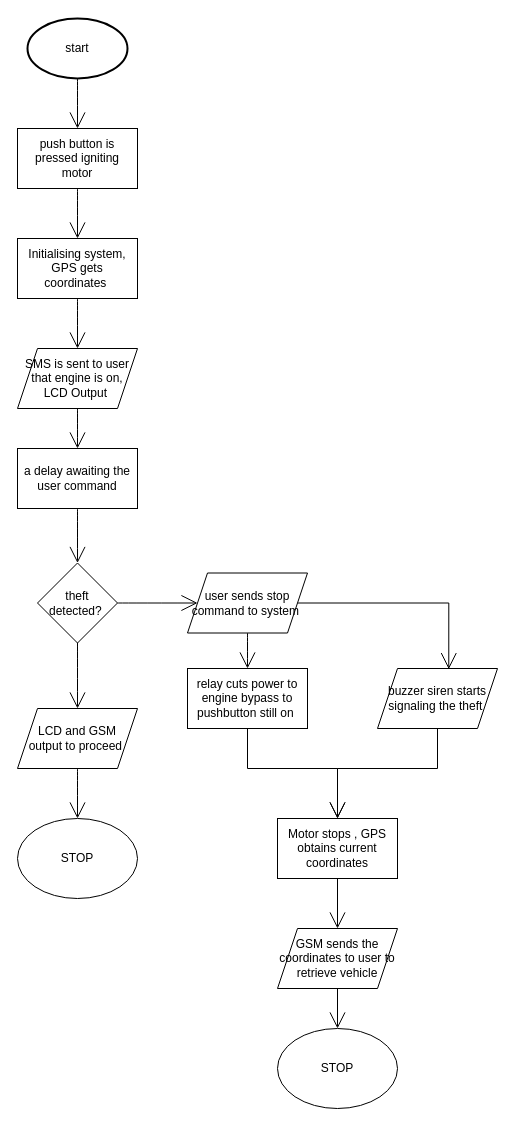
Earlier version of the draw.io diagram trackerproject.drawio (periskaranga/periskaranga.github.io). Source tidied: cells renumbered, new cells numbered last; positions are measured from the earlier drawing's top-left corner, leaving out a move shared by most shapes. Both pictures are drawn from the tidied source at 100%, with x=0, y=0 at pixel (17, 18).
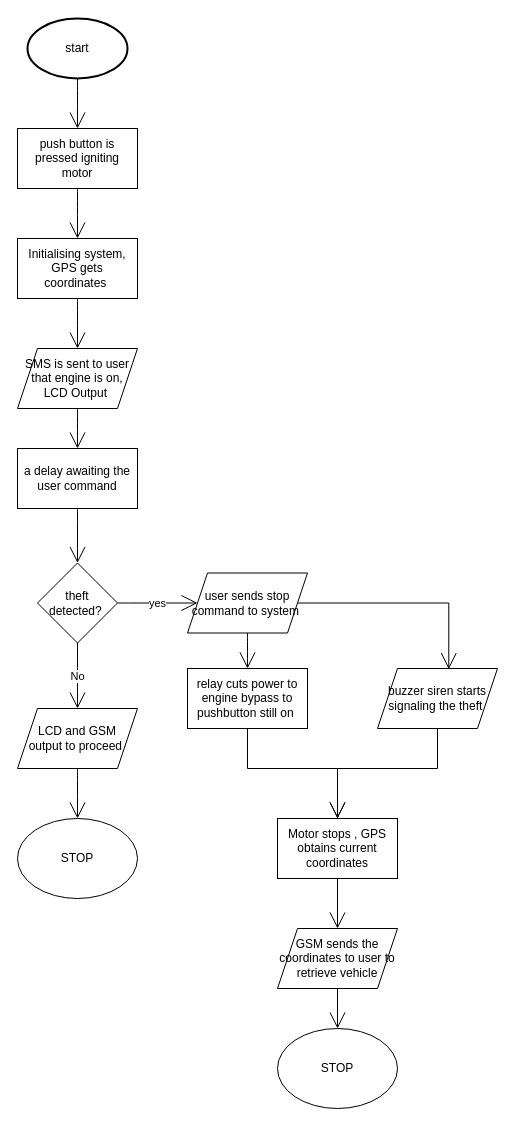
Above is the later version.

The change refers to these unchanged cells:
```xml
<mxCell id="12" value="theft detected?&amp;nbsp;" style="rhombus;whiteSpace=wrap;html=1;hachureGap=4;" parent="1" vertex="1">
  <mxGeometry x="20" y="544.5" width="80" height="80" as="geometry" />
</mxCell>
<mxCell id="14" value="LCD and GSM &lt;br&gt;output to proceed&amp;nbsp;" style="shape=parallelogram;perimeter=parallelogramPerimeter;whiteSpace=wrap;html=1;fixedSize=1;hachureGap=4;" parent="1" vertex="1">
  <mxGeometry y="690" width="120" height="60" as="geometry" />
</mxCell>
<mxCell id="19" value="user sends stop command to system&amp;nbsp;" style="shape=parallelogram;perimeter=parallelogramPerimeter;whiteSpace=wrap;html=1;fixedSize=1;hachureGap=4;" parent="1" vertex="1">
  <mxGeometry x="170" y="554.5" width="120" height="60" as="geometry" />
</mxCell>
```

What changed in the source:
```diff
@@
-    <mxCell id="10" style="edgeStyle=none;curved=1;rounded=0;jettySize=auto;html=1;exitX=0.5;exitY=1;exitDx=0;exitDy=0;entryX=0.5;entryY=0;entryDx=0;entryDy=0;endArrow=open;startSize=14;endSize=14;sourcePerimeterSpacing=8;targetPerimeterSpacing=8;" parent="1" edge="1" source="12" target="14">
+    <mxCell id="10" value="No" style="edgeStyle=none;curved=1;rounded=0;jettySize=auto;html=1;exitX=0.5;exitY=1;exitDx=0;exitDy=0;entryX=0.5;entryY=0;entryDx=0;entryDy=0;endArrow=open;startSize=14;endSize=14;sourcePerimeterSpacing=8;targetPerimeterSpacing=8;" parent="1" edge="1" source="12" target="14">
       <mxGeometry relative="1" as="geometry" />
     </mxCell>
-    <mxCell id="11" style="edgeStyle=none;curved=1;rounded=0;jettySize=auto;html=1;exitX=1;exitY=0.5;exitDx=0;exitDy=0;entryX=0;entryY=0.5;entryDx=0;entryDy=0;endArrow=open;startSize=14;endSize=14;sourcePerimeterSpacing=8;targetPerimeterSpacing=8;" parent="1" edge="1" source="12" target="19">
+    <mxCell id="11" value="yes" style="edgeStyle=none;curved=1;rounded=0;jettySize=auto;html=1;exitX=1;exitY=0.5;exitDx=0;exitDy=0;entryX=0;entryY=0.5;entryDx=0;entryDy=0;endArrow=open;startSize=14;endSize=14;sourcePerimeterSpacing=8;targetPerimeterSpacing=8;" parent="1" edge="1" source="12" target="19">
       <mxGeometry relative="1" as="geometry" />
     </mxCell>
```
